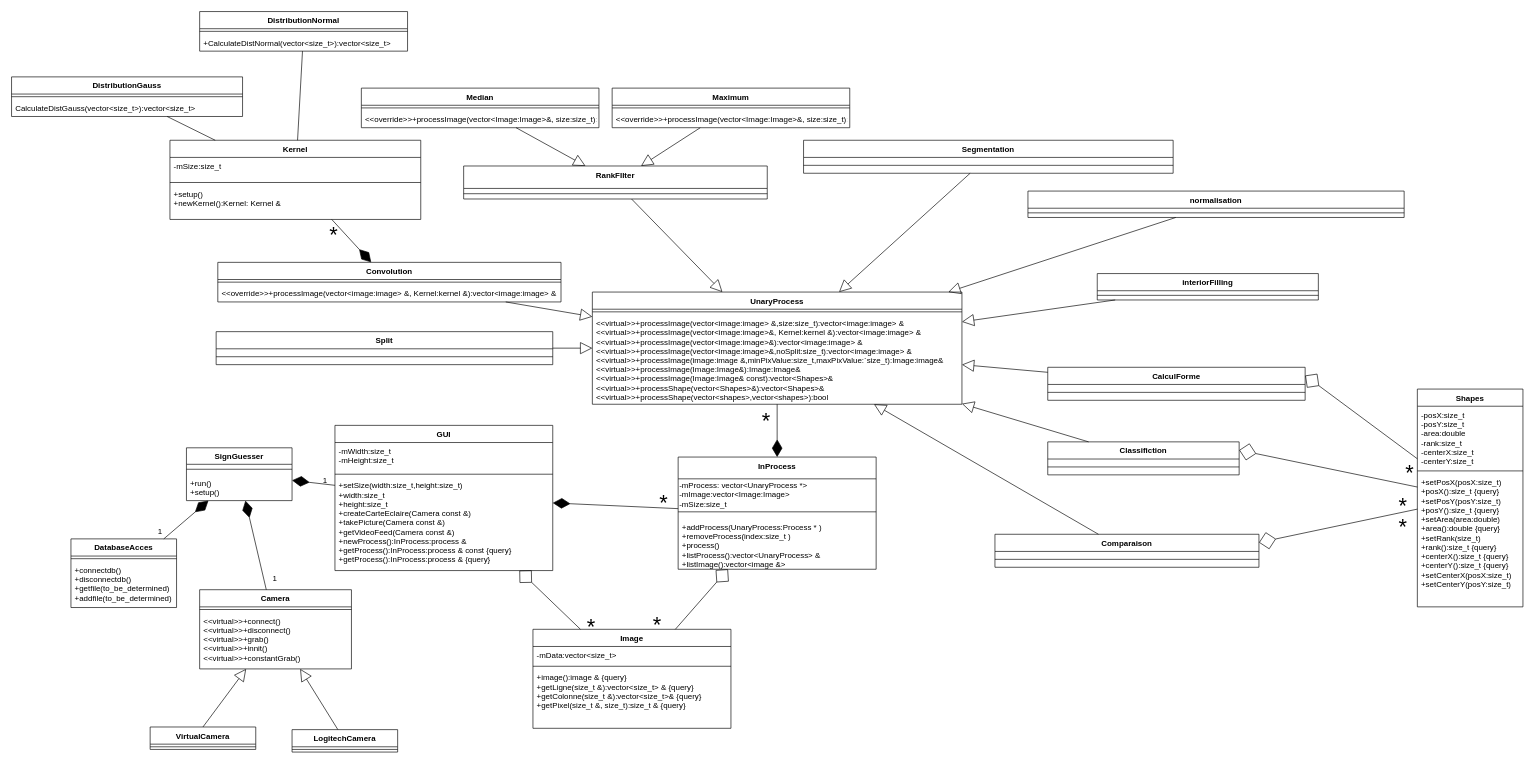
The draw.io diagram class_diagramm.drawio in VincentRochon/B65_Synth, before the edit. Source tidied: cells renumbered, new cells numbered last; positions are measured from the earlier drawing's top-left corner, leaving out a move shared by most shapes. Both pictures are drawn from the tidied source at 66%, with x=0, y=0 at pixel (11, 11).
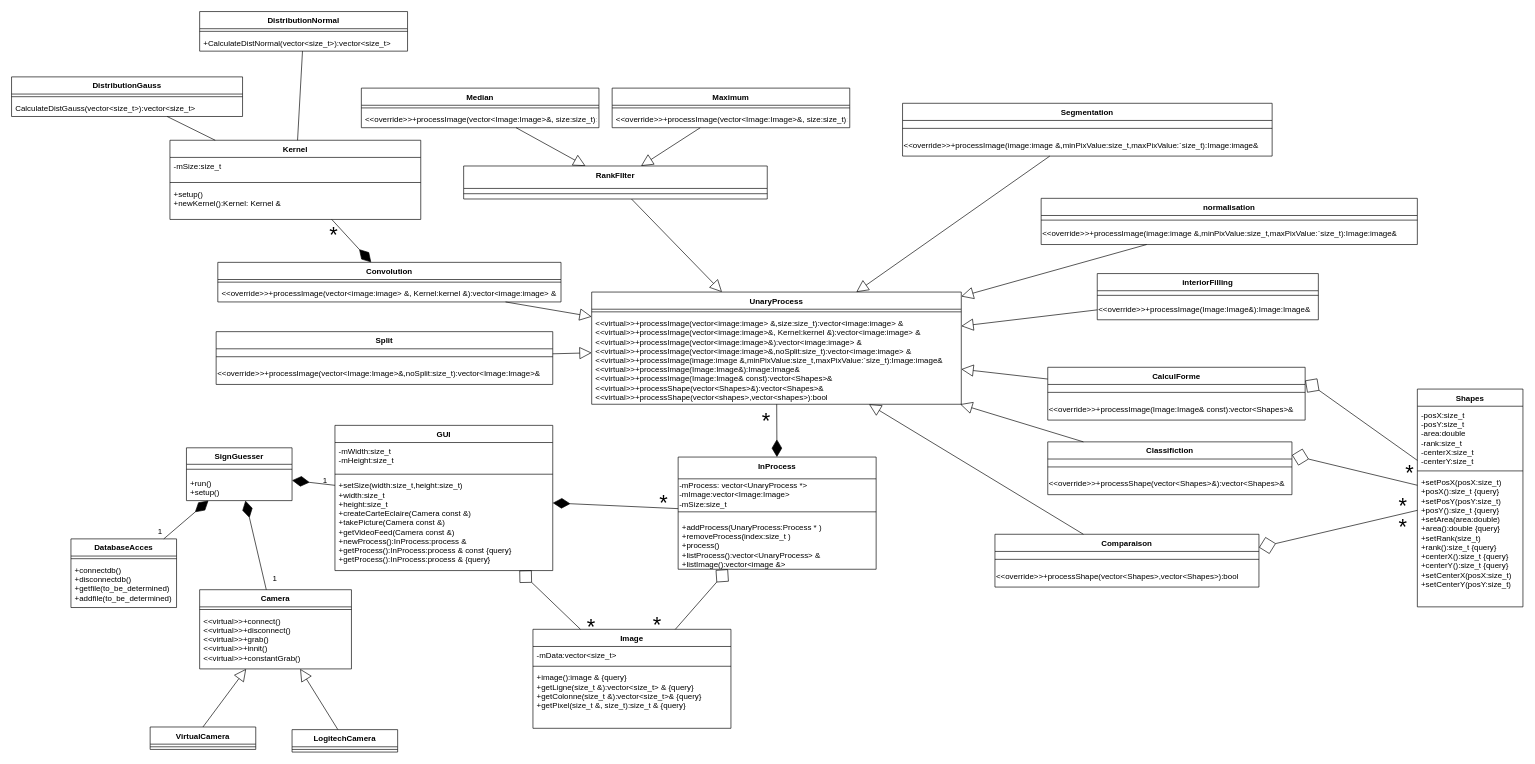
The same diagram, later.

What changed in the source:
```diff
@@
     <mxCell id="11" value="UnaryProcess" style="swimlane;fontStyle=1;align=center;verticalAlign=top;horizontal=1;startSize=26;" parent="1" vertex="1">
-      <mxGeometry x="880" y="425" width="560" height="170" as="geometry" />
+      <mxGeometry x="879" y="425" width="560" height="170" as="geometry" />
     </mxCell>
@@
     <mxCell id="14" value="Segmentation" style="swimlane;fontStyle=1;align=center;verticalAlign=top;horizontal=1;startSize=26;" parent="1" vertex="1">
-      <mxGeometry x="1200" y="195" width="560" height="50" as="geometry" />
+      <mxGeometry x="1350" y="139" width="560" height="80" as="geometry" />
     </mxCell>
@@
+    <mxCell id="106" value="&amp;lt;&amp;lt;override&amp;gt;&amp;gt;+processImage(image:image &amp;amp;,minPixValue:size_t,maxPixValue:`size_t):Image:image&amp;amp;" style="text;html=1;" parent="14" vertex="1">
+      <mxGeometry y="50" width="560" height="30" as="geometry" />
+    </mxCell>
@@
     <mxCell id="41" value="normalisation" style="swimlane;fontStyle=1;align=center;verticalAlign=top;horizontal=1;startSize=26;" parent="1" vertex="1">
-      <mxGeometry x="1540" y="272" width="570" height="40" as="geometry" />
+      <mxGeometry x="1560" y="283" width="570" height="70" as="geometry" />
     </mxCell>
@@
+    <mxCell id="107" value="&amp;lt;&amp;lt;override&amp;gt;&amp;gt;+processImage(image:image &amp;amp;,minPixValue:size_t,maxPixValue:`size_t):Image:image&amp;amp;" style="text;html=1;" parent="41" vertex="1">
+      <mxGeometry y="40" width="570" height="30" as="geometry" />
+    </mxCell>
@@
     <mxCell id="57" value="interiorFilling" style="swimlane;fontStyle=1;align=center;verticalAlign=top;horizontal=1;startSize=26;" parent="1" vertex="1">
-      <mxGeometry x="1645" y="397" width="335" height="40" as="geometry" />
+      <mxGeometry x="1645" y="397" width="335" height="70" as="geometry" />
     </mxCell>
@@
+    <mxCell id="108" value="&amp;lt;&amp;lt;override&amp;gt;&amp;gt;+processImage(Image:Image&amp;amp;):Image:Image&amp;amp;" style="text;html=1;" parent="57" vertex="1">
+      <mxGeometry y="40" width="335" height="30" as="geometry" />
+    </mxCell>
@@
     <mxCell id="60" value="CalculForme" style="swimlane;fontStyle=1;align=center;verticalAlign=top;horizontal=1;startSize=26;" parent="1" vertex="1">
-      <mxGeometry x="1570" y="539" width="390" height="50" as="geometry" />
+      <mxGeometry x="1570" y="539" width="390" height="80" as="geometry" />
     </mxCell>
@@
+    <mxCell id="109" value="&amp;lt;&amp;lt;override&amp;gt;&amp;gt;+processImage(Image:Image&amp;amp; const):vector&amp;lt;Shapes&amp;gt;&amp;amp;" style="text;html=1;" parent="60" vertex="1">
+      <mxGeometry y="50" width="390" height="30" as="geometry" />
+    </mxCell>
     <mxCell id="62" value="Classifiction" style="swimlane;fontStyle=1;align=center;verticalAlign=top;horizontal=1;startSize=26;" parent="1" vertex="1">
-      <mxGeometry x="1570" y="652" width="290" height="50" as="geometry" />
+      <mxGeometry x="1570" y="652" width="370" height="80" as="geometry" />
     </mxCell>
     <mxCell id="63" style="line;strokeWidth=1;fillColor=none;align=left;verticalAlign=middle;spacingTop=-1;spacingLeft=3;spacingRight=3;labelPosition=right;" parent="62" vertex="1">
-      <mxGeometry y="26" width="290" height="24" as="geometry" />
+      <mxGeometry y="26" width="370" height="24" as="geometry" />
     </mxCell>
+    <mxCell id="110" value="&amp;lt;&amp;lt;override&amp;gt;&amp;gt;+processShape(vector&amp;lt;Shapes&amp;gt;&amp;amp;):vector&amp;lt;Shapes&amp;gt;&amp;amp;" style="text;html=1;" parent="62" vertex="1">
+      <mxGeometry y="50" width="370" height="30" as="geometry" />
+    </mxCell>
@@
     <mxCell id="87" value="Split" style="swimlane;fontStyle=1;align=center;verticalAlign=top;horizontal=1;startSize=26;" parent="1" vertex="1">
-      <mxGeometry x="310" y="485" width="510" height="50" as="geometry" />
+      <mxGeometry x="310" y="485" width="510" height="80" as="geometry" />
     </mxCell>
@@
+    <mxCell id="111" value="&amp;lt;&amp;lt;override&amp;gt;&amp;gt;+processImage(vector&amp;lt;Image:Image&amp;gt;&amp;amp;,noSplit:size_t):vector&amp;lt;Image:Image&amp;gt;&amp;amp;" style="text;html=1;" parent="87" vertex="1">
+      <mxGeometry y="50" width="510" height="30" as="geometry" />
+    </mxCell>
@@
     <mxCell id="99" value="Comparaison" style="swimlane;fontStyle=1;align=center;verticalAlign=top;horizontal=1;startSize=26;" parent="1" vertex="1">
-      <mxGeometry x="1490" y="792" width="400" height="50" as="geometry" />
+      <mxGeometry x="1490" y="792" width="400" height="80" as="geometry" />
     </mxCell>
@@
+    <mxCell id="112" value="&amp;lt;&amp;lt;override&amp;gt;&amp;gt;+processShape(vector&amp;lt;Shapes&amp;gt;,vector&amp;lt;Shapes&amp;gt;):bool" style="text;html=1;" parent="99" vertex="1">
+      <mxGeometry y="50" width="400" height="30" as="geometry" />
+    </mxCell>
```
